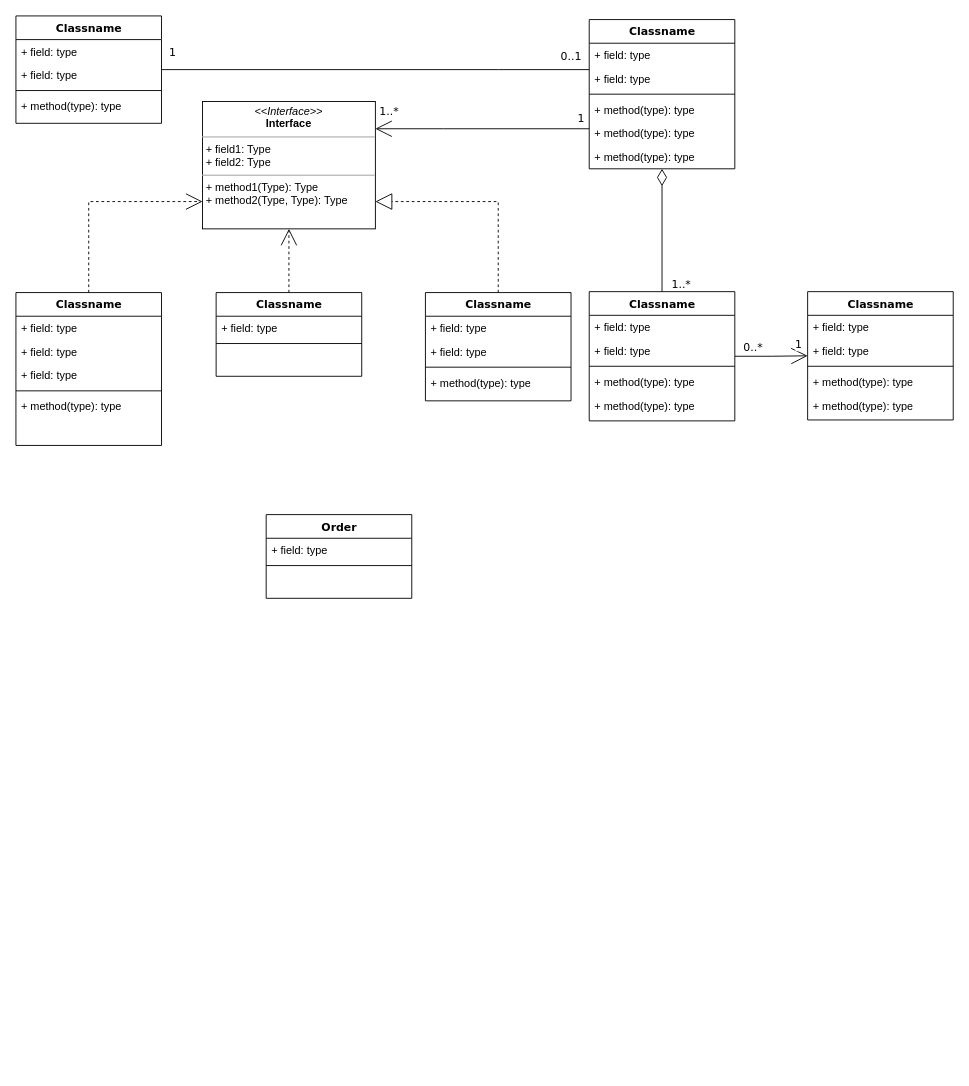
Before: MES/wiki/classdiagram.drawio in tcerqueira/FlexibleLOP, a draw.io diagram. Source tidied: cells renumbered, new cells numbered last; positions are measured from the earlier drawing's top-left corner, leaving out a move shared by most shapes. Both pictures are drawn from the tidied source at 91%, with x=0, y=0 at pixel (15, 15).
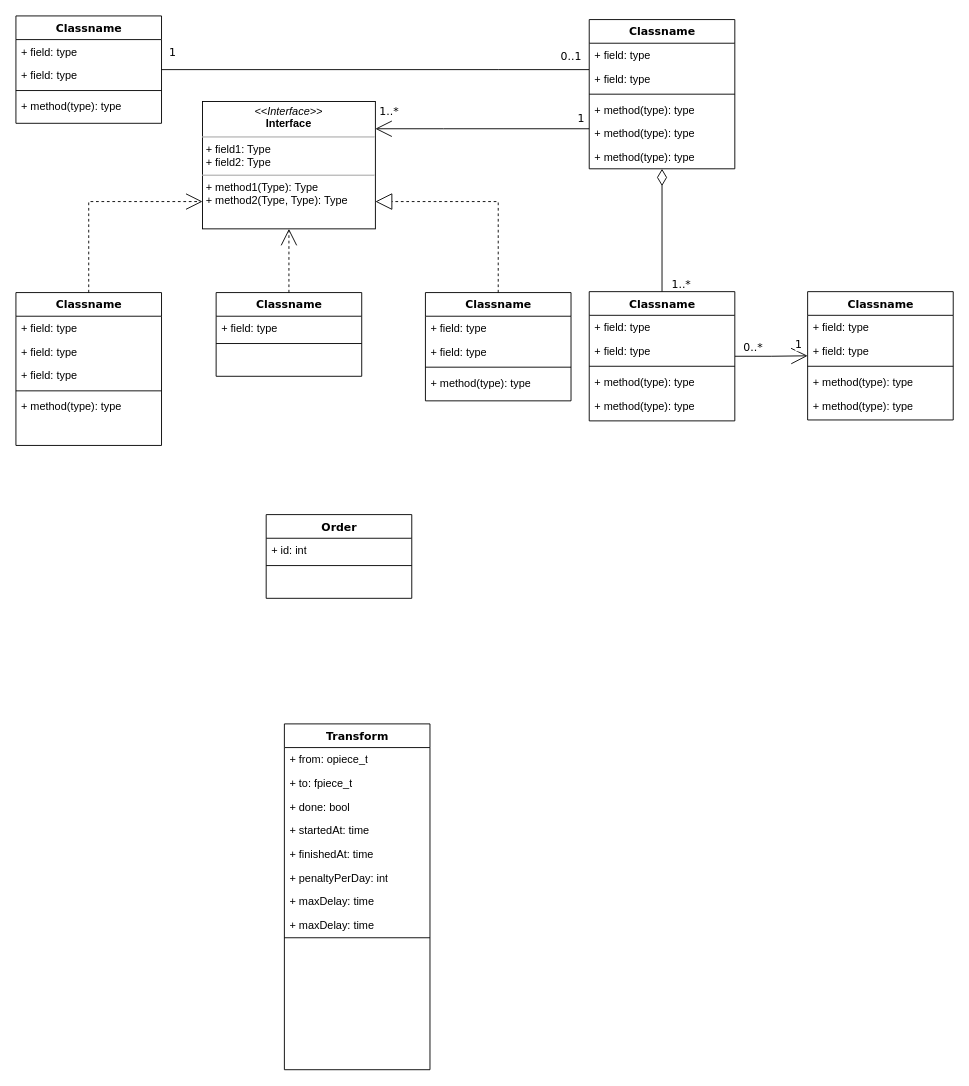
The same page after the edit.

Unchanged cells that the change refers to:
```xml
<mxCell id="55" value="Order" style="swimlane;html=1;fontStyle=1;align=center;verticalAlign=top;horizontal=1;startSize=26;swimlaneFillColor=#ffffff;rounded=0;shadow=0;comic=0;labelBackgroundColor=none;strokeWidth=1;fillColor=none;fontFamily=Verdana;fontSize=12;" parent="1" vertex="1">
  <mxGeometry x="275" y="548" width="160" height="92" as="geometry" />
</mxCell>
```

Diff of the diagram source:
```diff
@@
-    <mxCell id="56" value="+ field: type" style="text;html=1;strokeColor=none;fillColor=none;align=left;verticalAlign=top;spacingLeft=4;spacingRight=4;whiteSpace=wrap;overflow=hidden;" parent="55" vertex="1">
+    <mxCell id="56" value="+ id: int" style="text;html=1;strokeColor=none;fillColor=none;align=left;verticalAlign=top;spacingLeft=4;spacingRight=4;whiteSpace=wrap;overflow=hidden;" parent="55" vertex="1">
       <mxGeometry y="26" width="160" height="26" as="geometry" />
     </mxCell>
@@
+    <mxCell id="58" value="Transform" style="swimlane;html=1;fontStyle=1;align=center;verticalAlign=top;horizontal=1;startSize=26;swimlaneFillColor=#ffffff;rounded=0;shadow=0;comic=0;labelBackgroundColor=none;strokeWidth=1;fillColor=none;fontFamily=Verdana;fontSize=12;" parent="1" vertex="1">
+      <mxGeometry x="295" y="778" width="160" height="380" as="geometry" />
+    </mxCell>
+    <mxCell id="59" value="+ from: opiece_t" style="text;html=1;strokeColor=none;fillColor=none;align=left;verticalAlign=top;spacingLeft=4;spacingRight=4;whiteSpace=wrap;overflow=hidden;" parent="58" vertex="1">
+      <mxGeometry y="26" width="160" height="26" as="geometry" />
+    </mxCell>
+    <mxCell id="60" value="+ to: fpiece_t" style="text;html=1;strokeColor=none;fillColor=none;align=left;verticalAlign=top;spacingLeft=4;spacingRight=4;whiteSpace=wrap;overflow=hidden;" parent="58" vertex="1">
+      <mxGeometry y="52" width="160" height="26" as="geometry" />
+    </mxCell>
+    <mxCell id="61" value="+ done: bool" style="text;html=1;strokeColor=none;fillColor=none;align=left;verticalAlign=top;spacingLeft=4;spacingRight=4;whiteSpace=wrap;overflow=hidden;" parent="58" vertex="1">
+      <mxGeometry y="78" width="160" height="26" as="geometry" />
+    </mxCell>
+    <mxCell id="62" value="+ startedAt: time" style="text;html=1;strokeColor=none;fillColor=none;align=left;verticalAlign=top;spacingLeft=4;spacingRight=4;whiteSpace=wrap;overflow=hidden;" parent="58" vertex="1">
+      <mxGeometry y="104" width="160" height="26" as="geometry" />
+    </mxCell>
+    <mxCell id="63" value="+ finishedAt: time" style="text;html=1;strokeColor=none;fillColor=none;align=left;verticalAlign=top;spacingLeft=4;spacingRight=4;whiteSpace=wrap;overflow=hidden;" parent="58" vertex="1">
+      <mxGeometry y="130" width="160" height="26" as="geometry" />
+    </mxCell>
+    <mxCell id="64" value="+ penaltyPerDay: int" style="text;html=1;strokeColor=none;fillColor=none;align=left;verticalAlign=top;spacingLeft=4;spacingRight=4;whiteSpace=wrap;overflow=hidden;" parent="58" vertex="1">
+      <mxGeometry y="156" width="160" height="26" as="geometry" />
+    </mxCell>
+    <mxCell id="65" value="+ maxDelay: time" style="text;html=1;strokeColor=none;fillColor=none;align=left;verticalAlign=top;spacingLeft=4;spacingRight=4;whiteSpace=wrap;overflow=hidden;" parent="58" vertex="1">
+      <mxGeometry y="182" width="160" height="26" as="geometry" />
+    </mxCell>
+    <mxCell id="66" value="+ maxDelay: time" style="text;html=1;strokeColor=none;fillColor=none;align=left;verticalAlign=top;spacingLeft=4;spacingRight=4;whiteSpace=wrap;overflow=hidden;" parent="58" vertex="1">
+      <mxGeometry y="208" width="160" height="26" as="geometry" />
+    </mxCell>
+    <mxCell id="67" style="line;html=1;strokeWidth=1;fillColor=none;align=left;verticalAlign=middle;spacingTop=-1;spacingLeft=3;spacingRight=3;labelPosition=right;" parent="58" vertex="1">
+      <mxGeometry y="234" width="160" height="2" as="geometry" />
+    </mxCell>
```
